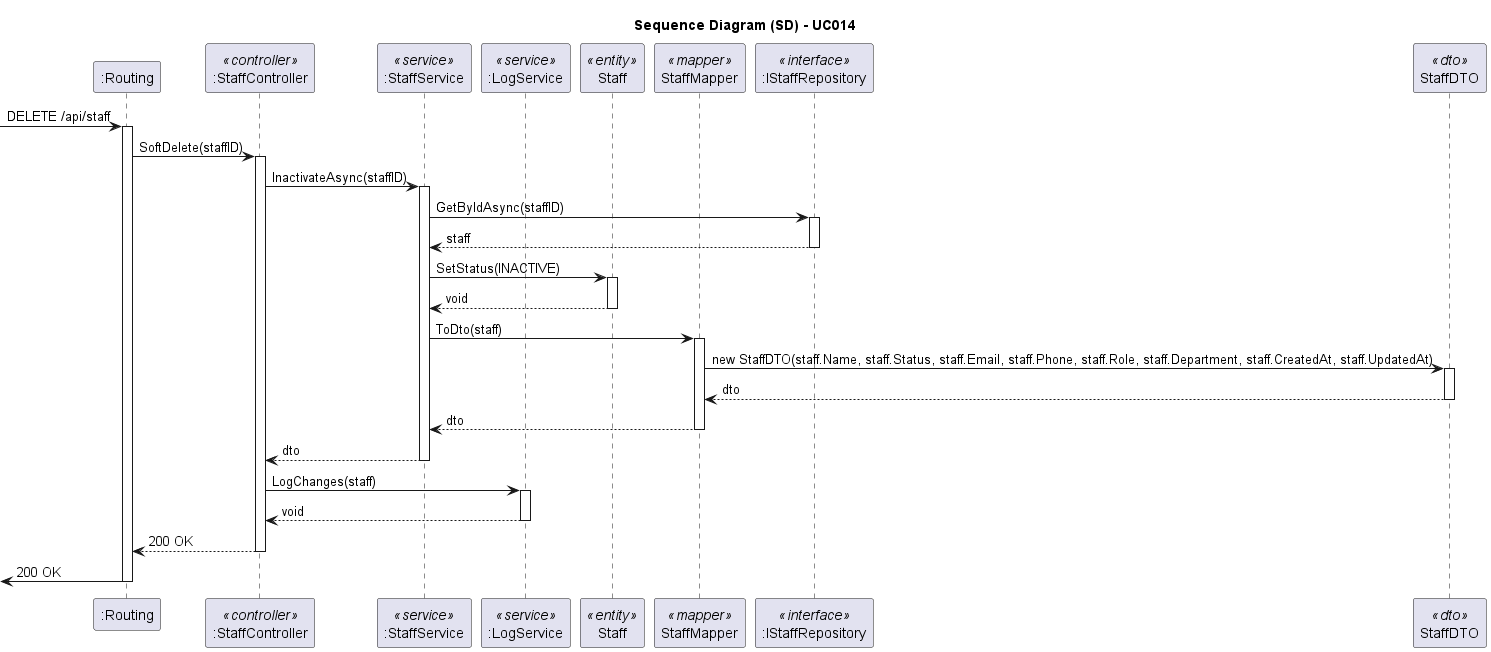
1221124/sem5pi-24-25-g031 keeps this PlantUML diagram as docs/SprintA/UseCases/UC014/03.design/png/uc014-sequence-diagram.png. Above is the earlier version.
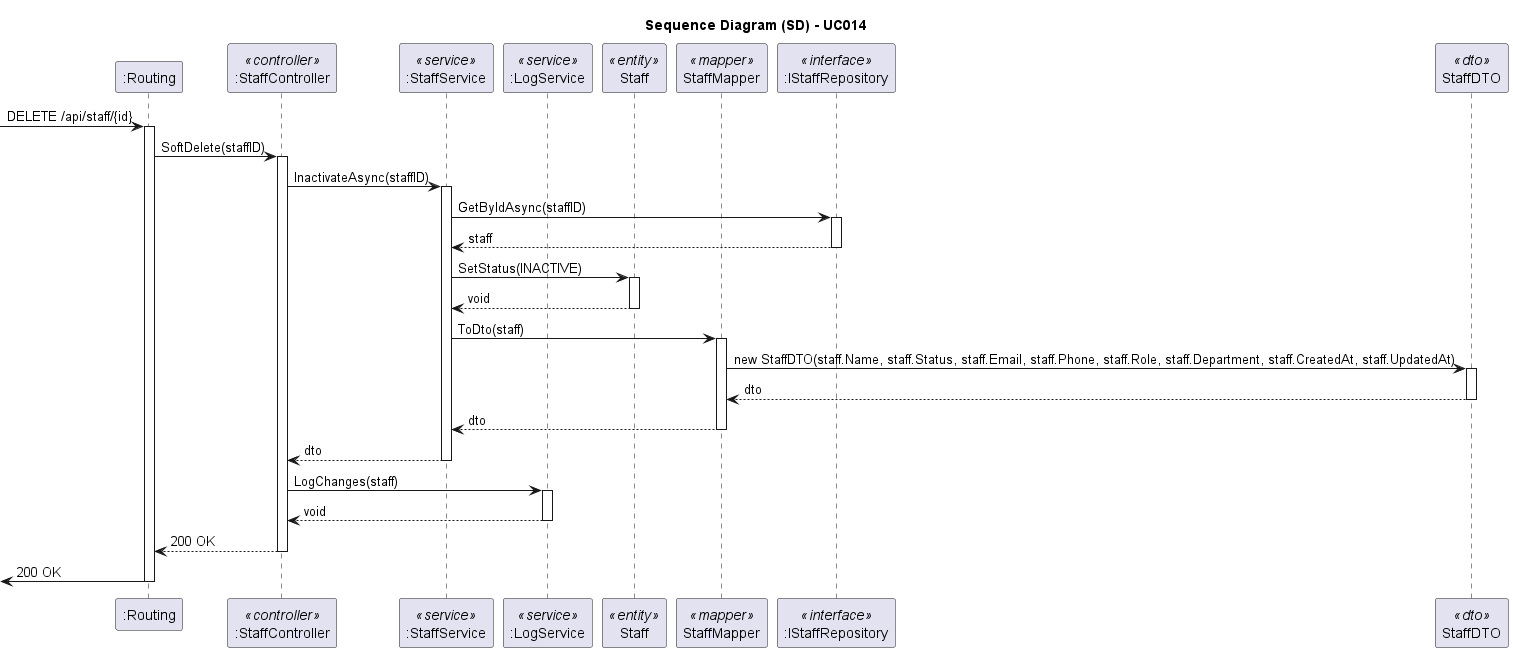
After the commit.

Diff of the diagram source:
```diff
@@ -16,7 +16,7 @@
 participant ":IStaffRepository" as IRepository <<interface>>
 participant "StaffDTO" as StaffDTO <<dto>>
 
--> Routing: DELETE /api/staff
+-> Routing: DELETE /api/staff/{id}
 activate Routing
 
 Routing -> Controller: SoftDelete(staffID)
```
